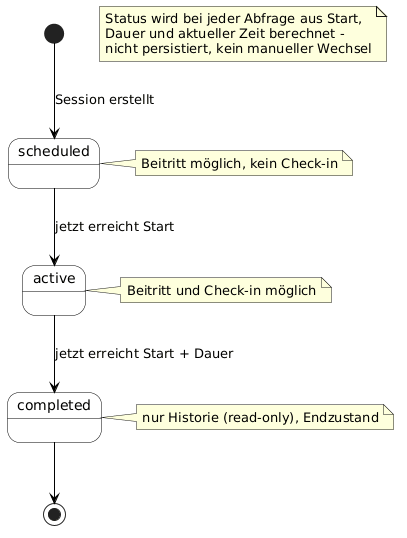
This is docs/spec/diagrams-png/F3-af03-session-lifecycle.png from Finn5k/Wirtschaftsinformatik-Projekt-I, a PlantUML export, as it was before one commit.
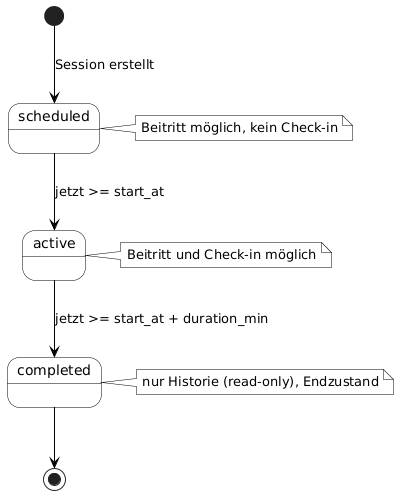
After the change.

Change to the diagram source:
```diff
@@ -1,19 +1,22 @@
 @startuml
 skinparam backgroundColor White
+skinparam shadowing false
+skinparam ArrowColor Black
 skinparam state {
   BackgroundColor White
   BorderColor Black
 }
-skinparam ArrowColor Black
+skinparam note {
+  BackgroundColor White
+  BorderColor Black
+}
 
 [*] --> scheduled : Session erstellt
-scheduled --> active : jetzt erreicht Start
-active --> completed : jetzt erreicht Start + Dauer
+scheduled --> active : jetzt >= start_at
+active --> completed : jetzt >= start_at + duration_min
 completed --> [*]
 
 note right of scheduled : Beitritt möglich, kein Check-in
 note right of active : Beitritt und Check-in möglich
 note right of completed : nur Historie (read-only), Endzustand
-
-note "Status wird bei jeder Abfrage aus Start,\nDauer und aktueller Zeit berechnet -\nnicht persistiert, kein manueller Wechsel" as N
 @enduml
```
